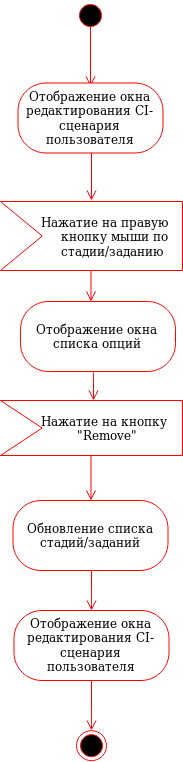
Before: Diagrams/Activity/Remove_stage_task.png, a diagram exported from draw.io (Andrew304/Visual-CI-Manager). Source tidied: cells renumbered, new cells last; positions are measured from the earlier drawing's top-left corner, leaving out a move shared by most shapes. Its diagram source:
```xml
<mxGraphModel>
  <root>
    <mxCell id="0" />
    <mxCell id="1" parent="0" />
    <mxCell id="2" style="ellipse;html=1;shape=endState;fillColor=#000000;strokeColor=#ff0000;" parent="1" vertex="1">
      <mxGeometry x="76" y="730.2" width="30" height="30" as="geometry" />
    </mxCell>
    <mxCell id="3" style="ellipse;html=1;shape=startState;fillColor=#000000;strokeColor=#ff0000;" parent="1" vertex="1">
      <mxGeometry x="75" width="30" height="30" as="geometry" />
    </mxCell>
    <mxCell id="4" style="edgeStyle=orthogonalEdgeStyle;html=1;verticalAlign=bottom;endArrow=open;endSize=8;strokeColor=#ff0000;" parent="1" edge="1">
      <mxGeometry relative="1" as="geometry">
        <mxPoint x="90" y="26" as="sourcePoint" />
        <mxPoint x="90" y="86" as="targetPoint" />
      </mxGeometry>
    </mxCell>
    <mxCell id="5" style="edgeStyle=orthogonalEdgeStyle;html=1;verticalAlign=bottom;endArrow=open;endSize=8;strokeColor=#ff0000;" parent="1" edge="1">
      <mxGeometry relative="1" as="geometry">
        <mxPoint x="93" y="370" as="sourcePoint" />
        <mxPoint x="93" y="400" as="targetPoint" />
        <Array as="points">
          <mxPoint x="93" y="371" />
        </Array>
      </mxGeometry>
    </mxCell>
    <mxCell id="6" style="edgeStyle=orthogonalEdgeStyle;html=1;verticalAlign=bottom;endArrow=open;endSize=8;strokeColor=#ff0000;" parent="1" edge="1">
      <mxGeometry relative="1" as="geometry">
        <mxPoint x="90.5" y="251" as="sourcePoint" />
        <mxPoint x="90.5" y="301" as="targetPoint" />
      </mxGeometry>
    </mxCell>
    <mxCell id="7" style="html=1;shadow=0;dashed=0;align=center;verticalAlign=middle;shape=mxgraph.arrows2.arrow;dy=0;dx=0;notch=41.71;fillColor=#FFFFFF;strokeColor=#FF0000;" parent="1" vertex="1">
      <mxGeometry y="201" width="182" height="69" as="geometry" />
    </mxCell>
    <mxCell id="8" value="&lt;div&gt;Нажатие на правую&lt;/div&gt;&lt;div&gt;&amp;nbsp;&amp;nbsp;&amp;nbsp;&amp;nbsp; кнопку мыши по&lt;br&gt;&lt;/div&gt;&lt;div&gt;&amp;nbsp;&amp;nbsp;&amp;nbsp;&amp;nbsp; стадии/заданию&lt;br&gt;&lt;/div&gt;" style="text;html=1;align=left;verticalAlign=top;spacingTop=-4;" parent="1" vertex="1">
      <mxGeometry x="38.5" y="211.5" width="140" height="40" as="geometry" />
    </mxCell>
    <mxCell id="9" value="Отображение окна списка опций" style="rounded=1;whiteSpace=wrap;html=1;arcSize=40;fontColor=#000000;fillColor=#FFFFFF;strokeColor=#ff0000;" parent="1" vertex="1">
      <mxGeometry x="20" y="301" width="155" height="70" as="geometry" />
    </mxCell>
    <mxCell id="10" style="edgeStyle=orthogonalEdgeStyle;html=1;verticalAlign=bottom;endArrow=open;endSize=8;strokeColor=#ff0000;" parent="1" edge="1">
      <mxGeometry relative="1" as="geometry">
        <mxPoint x="91" y="152" as="sourcePoint" />
        <mxPoint x="91" y="200" as="targetPoint" />
        <Array as="points">
          <mxPoint x="90.5" y="200.5" />
        </Array>
      </mxGeometry>
    </mxCell>
    <mxCell id="11" value="Отображение окна редактирования CI-сценария пользователя" style="rounded=1;whiteSpace=wrap;html=1;arcSize=40;fontColor=#000000;fillColor=#FFFFFF;strokeColor=#ff0000;" parent="1" vertex="1">
      <mxGeometry x="17.5" y="82.5" width="145" height="70" as="geometry" />
    </mxCell>
    <mxCell id="12" style="edgeStyle=orthogonalEdgeStyle;html=1;verticalAlign=bottom;endArrow=open;endSize=8;strokeColor=#ff0000;" parent="1" edge="1">
      <mxGeometry relative="1" as="geometry">
        <mxPoint x="90.5" y="450" as="sourcePoint" />
        <mxPoint x="90.5" y="500" as="targetPoint" />
      </mxGeometry>
    </mxCell>
    <mxCell id="13" style="html=1;shadow=0;dashed=0;align=center;verticalAlign=middle;shape=mxgraph.arrows2.arrow;dy=0;dx=0;notch=41.71;fillColor=#FFFFFF;strokeColor=#FF0000;" parent="1" vertex="1">
      <mxGeometry y="400" width="182" height="55" as="geometry" />
    </mxCell>
    <mxCell id="14" value="&lt;div&gt;Нажатие на кнопку &lt;br&gt;&lt;/div&gt;&lt;div&gt;&amp;nbsp;&amp;nbsp;&amp;nbsp;&amp;nbsp;&amp;nbsp;&amp;nbsp;&amp;nbsp;&amp;nbsp; &quot;Remove&quot;&lt;br&gt;&lt;/div&gt;" style="text;html=1;align=left;verticalAlign=top;spacingTop=-4;" parent="1" vertex="1">
      <mxGeometry x="38.5" y="410.5" width="140" height="30" as="geometry" />
    </mxCell>
    <mxCell id="15" style="edgeStyle=orthogonalEdgeStyle;html=1;verticalAlign=bottom;endArrow=open;endSize=8;strokeColor=#ff0000;" parent="1" edge="1">
      <mxGeometry relative="1" as="geometry">
        <mxPoint x="91" y="680" as="sourcePoint" />
        <mxPoint x="91" y="730" as="targetPoint" />
        <Array as="points">
          <mxPoint x="91" y="720" />
        </Array>
      </mxGeometry>
    </mxCell>
    <mxCell id="16" value="Отображение окна редактирования CI-сценария пользователя" style="rounded=1;whiteSpace=wrap;html=1;arcSize=40;fontColor=#000000;fillColor=#FFFFFF;strokeColor=#ff0000;" parent="1" vertex="1">
      <mxGeometry x="13.5" y="610" width="155" height="70" as="geometry" />
    </mxCell>
    <mxCell id="17" style="edgeStyle=orthogonalEdgeStyle;html=1;verticalAlign=bottom;endArrow=open;endSize=8;strokeColor=#ff0000;exitX=0.5;exitY=1;exitDx=0;exitDy=0;" parent="1" edge="1" source="18">
      <mxGeometry relative="1" as="geometry">
        <mxPoint x="91" y="610" as="targetPoint" />
        <Array as="points">
          <mxPoint x="90" y="600" />
        </Array>
      </mxGeometry>
    </mxCell>
    <mxCell id="18" value="Обновление списка стадий/заданий" style="rounded=1;whiteSpace=wrap;html=1;arcSize=40;fontColor=#000000;fillColor=#FFFFFF;strokeColor=#ff0000;" parent="1" vertex="1">
      <mxGeometry x="12.5" y="500" width="155" height="70" as="geometry" />
    </mxCell>
  </root>
</mxGraphModel>
```
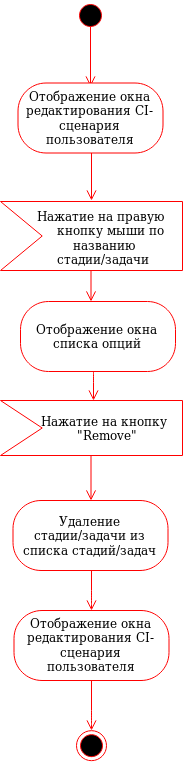
After the change.

Change to the diagram source:
```diff
@@ -32,8 +32,8 @@
     <mxCell id="7" style="html=1;shadow=0;dashed=0;align=center;verticalAlign=middle;shape=mxgraph.arrows2.arrow;dy=0;dx=0;notch=41.71;fillColor=#FFFFFF;strokeColor=#FF0000;" parent="1" vertex="1">
       <mxGeometry y="201" width="182" height="69" as="geometry" />
     </mxCell>
-    <mxCell id="8" value="&lt;div&gt;Нажатие на правую&lt;/div&gt;&lt;div&gt;&amp;nbsp;&amp;nbsp;&amp;nbsp;&amp;nbsp; кнопку мыши по&lt;br&gt;&lt;/div&gt;&lt;div&gt;&amp;nbsp;&amp;nbsp;&amp;nbsp;&amp;nbsp; стадии/заданию&lt;br&gt;&lt;/div&gt;" style="text;html=1;align=left;verticalAlign=top;spacingTop=-4;" parent="1" vertex="1">
-      <mxGeometry x="38.5" y="211.5" width="140" height="40" as="geometry" />
+    <mxCell id="8" value="&lt;div&gt;Нажатие на правую&lt;/div&gt;&lt;div&gt;&amp;nbsp;&amp;nbsp;&amp;nbsp;&amp;nbsp; кнопку мыши по&lt;/div&gt;&lt;div&gt;&amp;nbsp;&amp;nbsp;&amp;nbsp;&amp;nbsp;&amp;nbsp;&amp;nbsp;&amp;nbsp;&amp;nbsp; названию&lt;br&gt;&lt;/div&gt;&lt;div&gt;&amp;nbsp;&amp;nbsp;&amp;nbsp;&amp;nbsp; стадии/задачи&lt;br&gt;&lt;/div&gt;" style="text;html=1;align=left;verticalAlign=top;spacingTop=-4;" parent="1" vertex="1">
+      <mxGeometry x="35" y="205.5" width="140" height="60" as="geometry" />
     </mxCell>
     <mxCell id="9" value="Отображение окна списка опций" style="rounded=1;whiteSpace=wrap;html=1;arcSize=40;fontColor=#000000;fillColor=#FFFFFF;strokeColor=#ff0000;" parent="1" vertex="1">
       <mxGeometry x="20" y="301" width="155" height="70" as="geometry" />
@@ -82,7 +82,7 @@
         </Array>
       </mxGeometry>
     </mxCell>
-    <mxCell id="18" value="Обновление списка стадий/заданий" style="rounded=1;whiteSpace=wrap;html=1;arcSize=40;fontColor=#000000;fillColor=#FFFFFF;strokeColor=#ff0000;" parent="1" vertex="1">
+    <mxCell id="18" value="Удаление стадии/задачи из списка стадий/задач" style="rounded=1;whiteSpace=wrap;html=1;arcSize=40;fontColor=#000000;fillColor=#FFFFFF;strokeColor=#ff0000;" parent="1" vertex="1">
       <mxGeometry x="12.5" y="500" width="155" height="70" as="geometry" />
     </mxCell>
   </root>
```
